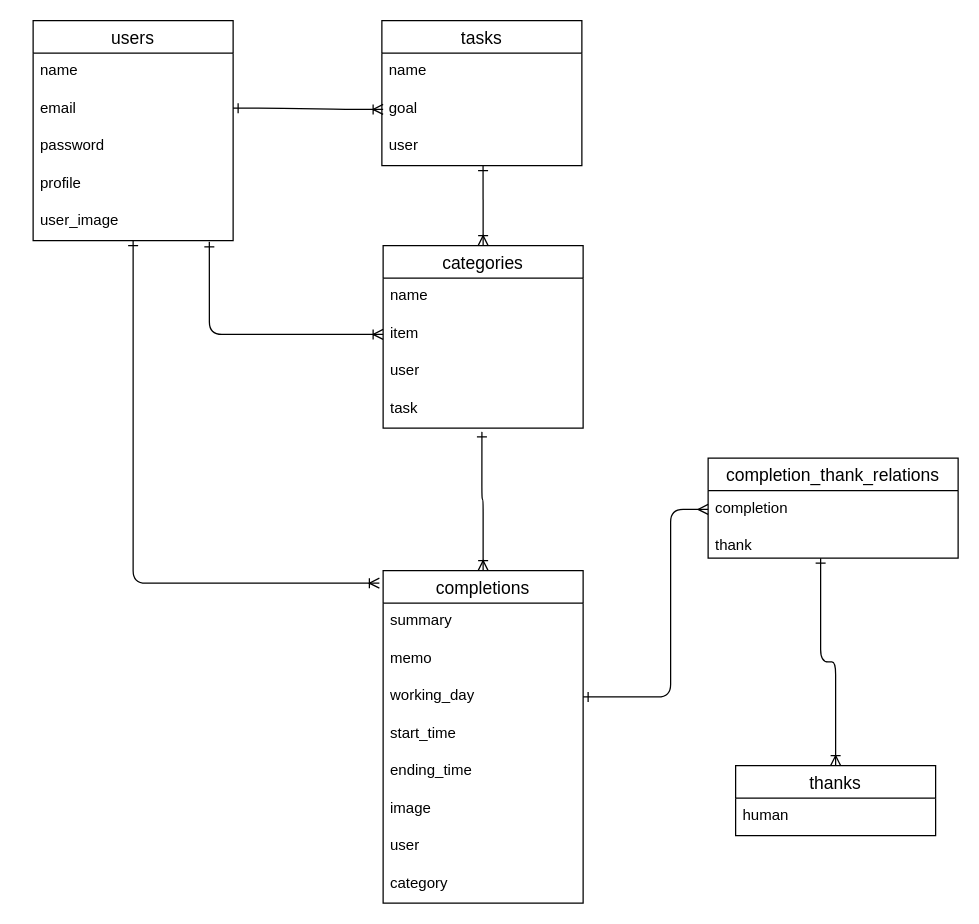
This is ER.dio from st-maru/did_it, a draw.io file, before an edit. Source tidied: cells renumbered, new cells numbered last; positions are measured from the earlier drawing's top-left corner, leaving out a move shared by most shapes. Both pictures are drawn from the tidied source at 125%, with x=0, y=0 at pixel (32, 20).
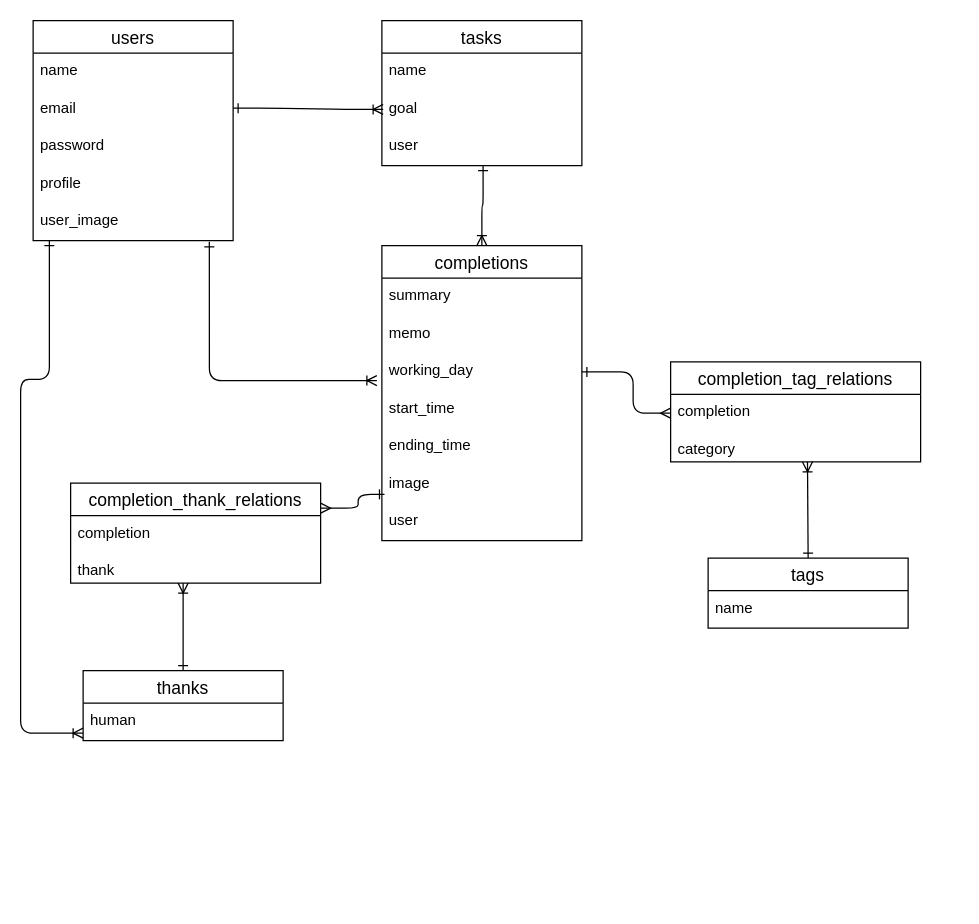
The same diagram, later.

Unchanged cells that the change refers to:
```xml
<mxCell id="7" value="user_image" style="text;strokeColor=none;fillColor=none;spacingLeft=4;spacingRight=4;overflow=hidden;points=[[0,0.5],[1,0.5]];portConstraint=eastwest;fontSize=12;" parent="2" vertex="1">
  <mxGeometry y="146" width="160" height="30" as="geometry" />
</mxCell>
<mxCell id="11" value="user" style="text;strokeColor=none;fillColor=none;spacingLeft=4;spacingRight=4;overflow=hidden;points=[[0,0.5],[1,0.5]];portConstraint=eastwest;fontSize=12;" parent="8" vertex="1">
  <mxGeometry y="86" width="160" height="30" as="geometry" />
</mxCell>
<mxCell id="13" value="human" style="text;strokeColor=none;fillColor=none;spacingLeft=4;spacingRight=4;overflow=hidden;points=[[0,0.5],[1,0.5]];portConstraint=eastwest;fontSize=12;" parent="12" vertex="1">
  <mxGeometry y="26" width="160" height="30" as="geometry" />
</mxCell>
<mxCell id="15" value="completion" style="text;strokeColor=none;fillColor=none;spacingLeft=4;spacingRight=4;overflow=hidden;points=[[0,0.5],[1,0.5]];portConstraint=eastwest;fontSize=12;" parent="14" vertex="1">
  <mxGeometry y="26" width="200" height="30" as="geometry" />
</mxCell>
<mxCell id="16" value="thank" style="text;strokeColor=none;fillColor=none;spacingLeft=4;spacingRight=4;overflow=hidden;points=[[0,0.5],[1,0.5]];portConstraint=eastwest;fontSize=12;" parent="14" vertex="1">
  <mxGeometry y="56" width="200" height="24" as="geometry" />
</mxCell>
<mxCell id="20" value="working_day" style="text;strokeColor=none;fillColor=none;spacingLeft=4;spacingRight=4;overflow=hidden;points=[[0,0.5],[1,0.5]];portConstraint=eastwest;fontSize=12;" parent="17" vertex="1">
  <mxGeometry y="86" width="160" height="30" as="geometry" />
</mxCell>
<mxCell id="23" value="image" style="text;strokeColor=none;fillColor=none;spacingLeft=4;spacingRight=4;overflow=hidden;points=[[0,0.5],[1,0.5]];portConstraint=eastwest;fontSize=12;" parent="17" vertex="1">
  <mxGeometry y="176" width="160" height="30" as="geometry" />
</mxCell>
```

What changed in the source:
```diff
@@
     <mxCell id="12" value="thanks" style="swimlane;fontStyle=0;horizontal=1;startSize=26;align=center;fontSize=14;" parent="1" vertex="1">
-      <mxGeometry x="562" y="596" width="160" height="56" as="geometry" />
+      <mxGeometry x="40" y="520" width="160" height="56" as="geometry" />
     </mxCell>
@@
     <mxCell id="14" value="completion_thank_relations" style="swimlane;fontStyle=0;horizontal=1;startSize=26;align=center;fontSize=14;" parent="1" vertex="1">
-      <mxGeometry x="540" y="350" width="200" height="80" as="geometry" />
+      <mxGeometry x="30" y="370" width="200" height="80" as="geometry" />
     </mxCell>
@@
     <mxCell id="17" value="completions" style="swimlane;fontStyle=0;horizontal=1;startSize=26;align=center;fontSize=14;" parent="1" vertex="1">
-      <mxGeometry x="280" y="440" width="160" height="266" as="geometry" />
+      <mxGeometry x="279" y="180" width="160" height="236" as="geometry" />
     </mxCell>
@@
-    <mxCell id="25" value="category" style="text;strokeColor=none;fillColor=none;spacingLeft=4;spacingRight=4;overflow=hidden;fontSize=12;" parent="17" vertex="1">
-      <mxGeometry y="236" width="160" height="30" as="geometry" />
-    </mxCell>
@@
-    <mxCell id="27" style="edgeStyle=elbowEdgeStyle;fontSize=12;html=1;endArrow=ERmany;startArrow=ERone;startFill=0;entryX=0;entryY=0.5;entryDx=0;entryDy=0;exitX=1;exitY=0.5;exitDx=0;exitDy=0;" parent="1" edge="1" target="15">
+    <mxCell id="27" style="edgeStyle=elbowEdgeStyle;fontSize=12;html=1;endArrow=ERmany;startArrow=ERone;startFill=0;entryX=1;entryY=0.25;entryDx=0;entryDy=0;exitX=0.013;exitY=0.767;exitDx=0;exitDy=0;exitPerimeter=0;" parent="1" edge="1" source="23" target="14">
       <mxGeometry relative="1" as="geometry">
-        <mxPoint x="440" y="541" as="sourcePoint" />
         <Array as="points">
-          <mxPoint x="510" y="430" />
+          <mxPoint x="260" y="371" />
         </Array>
       </mxGeometry>
     </mxCell>
-    <mxCell id="28" style="edgeStyle=orthogonalEdgeStyle;fontSize=12;html=1;endArrow=ERoneToMany;startArrow=ERone;startFill=0;exitX=0.506;exitY=1;exitDx=0;exitDy=0;exitPerimeter=0;entryX=0.5;entryY=0;entryDx=0;entryDy=0;" parent="1" edge="1" source="11" target="31">
+    <mxCell id="28" style="edgeStyle=orthogonalEdgeStyle;fontSize=12;html=1;endArrow=ERoneToMany;startArrow=ERone;startFill=0;exitX=0.506;exitY=1;exitDx=0;exitDy=0;exitPerimeter=0;entryX=0.5;entryY=0;entryDx=0;entryDy=0;" parent="1" edge="1" source="11" target="17">
       <mxGeometry relative="1" as="geometry" />
     </mxCell>
-    <mxCell id="29" style="edgeStyle=orthogonalEdgeStyle;fontSize=12;html=1;endArrow=ERoneToMany;entryX=0.5;entryY=0;entryDx=0;entryDy=0;exitX=0.45;exitY=1;exitDx=0;exitDy=0;exitPerimeter=0;startArrow=ERone;startFill=0;" parent="1" edge="1" source="16" target="12">
+    <mxCell id="29" style="edgeStyle=orthogonalEdgeStyle;fontSize=12;html=1;endArrow=ERone;entryX=0.5;entryY=0;entryDx=0;entryDy=0;exitX=0.45;exitY=1;exitDx=0;exitDy=0;exitPerimeter=0;startArrow=ERoneToMany;startFill=0;endFill=0;" parent="1" edge="1" source="16" target="12">
       <mxGeometry relative="1" as="geometry" />
     </mxCell>
-    <mxCell id="30" style="edgeStyle=orthogonalEdgeStyle;fontSize=12;html=1;endArrow=ERoneToMany;startArrow=ERone;startFill=0;exitX=0.881;exitY=1.033;exitDx=0;exitDy=0;exitPerimeter=0;" parent="1" edge="1" source="7" target="33">
+    <mxCell id="30" style="edgeStyle=orthogonalEdgeStyle;fontSize=12;html=1;endArrow=ERoneToMany;startArrow=ERone;startFill=0;exitX=0.881;exitY=1.033;exitDx=0;exitDy=0;exitPerimeter=0;entryX=-0.025;entryY=0.733;entryDx=0;entryDy=0;entryPerimeter=0;" parent="1" edge="1" source="7" target="20">
       <mxGeometry relative="1" as="geometry">
         <Array as="points">
-          <mxPoint x="141" y="251" />
+          <mxPoint x="141" y="288" />
         </Array>
       </mxGeometry>
     </mxCell>
-    <mxCell id="31" value="categories" style="swimlane;fontStyle=0;horizontal=1;startSize=26;align=center;fontSize=14;" parent="1" vertex="1">
-      <mxGeometry x="280" y="180" width="160" height="146" as="geometry" />
+    <mxCell id="31" value="tags" style="swimlane;fontStyle=0;horizontal=1;startSize=26;align=center;fontSize=14;" parent="1" vertex="1">
+      <mxGeometry x="540" y="430" width="160" height="56" as="geometry" />
     </mxCell>
@@
-    <mxCell id="33" value="item" style="text;strokeColor=none;fillColor=none;spacingLeft=4;spacingRight=4;overflow=hidden;points=[[0,0.5],[1,0.5]];portConstraint=eastwest;fontSize=12;" parent="31" vertex="1">
-      <mxGeometry y="56" width="160" height="30" as="geometry" />
-    </mxCell>
-    <mxCell id="34" value="user" style="text;strokeColor=none;fillColor=none;spacingLeft=4;spacingRight=4;overflow=hidden;fontSize=12;" parent="31" vertex="1">
-      <mxGeometry y="86" width="160" height="30" as="geometry" />
-    </mxCell>
-    <mxCell id="35" value="task" style="text;strokeColor=none;fillColor=none;spacingLeft=4;spacingRight=4;overflow=hidden;points=[[0,0.5],[1,0.5]];portConstraint=eastwest;fontSize=12;" parent="31" vertex="1">
-      <mxGeometry y="116" width="160" height="30" as="geometry" />
-    </mxCell>
-    <mxCell id="36" style="edgeStyle=orthogonalEdgeStyle;fontSize=12;html=1;endArrow=ERoneToMany;startArrow=ERone;startFill=0;entryX=0.5;entryY=0;entryDx=0;entryDy=0;exitX=0.494;exitY=1.1;exitDx=0;exitDy=0;exitPerimeter=0;" parent="1" edge="1" source="35" target="17">
-      <mxGeometry relative="1" as="geometry">
-        <Array as="points">
-          <mxPoint x="360" y="383" />
-        </Array>
-      </mxGeometry>
-    </mxCell>
-    <mxCell id="37" style="edgeStyle=orthogonalEdgeStyle;fontSize=12;html=1;endArrow=ERoneToMany;startArrow=ERone;startFill=0;exitX=0.881;exitY=1.033;exitDx=0;exitDy=0;exitPerimeter=0;" parent="1" edge="1">
-      <mxGeometry relative="1" as="geometry">
-        <mxPoint x="80" y="176" as="sourcePoint" />
-        <mxPoint x="277" y="450" as="targetPoint" />
-        <Array as="points">
-          <mxPoint x="80" y="450" />
-        </Array>
-      </mxGeometry>
-    </mxCell>
+    <mxCell id="38" value="completion_tag_relations" style="swimlane;fontStyle=0;horizontal=1;startSize=26;align=center;fontSize=14;" parent="1" vertex="1">
+      <mxGeometry x="510" y="273" width="200" height="80" as="geometry" />
+    </mxCell>
+    <mxCell id="39" value="completion" style="text;strokeColor=none;fillColor=none;spacingLeft=4;spacingRight=4;overflow=hidden;points=[[0,0.5],[1,0.5]];portConstraint=eastwest;fontSize=12;" parent="38" vertex="1">
+      <mxGeometry y="26" width="200" height="30" as="geometry" />
+    </mxCell>
+    <mxCell id="25" value="category" style="text;strokeColor=none;fillColor=none;spacingLeft=4;spacingRight=4;overflow=hidden;fontSize=12;" parent="38" vertex="1">
+      <mxGeometry y="56" width="200" height="24" as="geometry" />
+    </mxCell>
+    <mxCell id="40" style="edgeStyle=elbowEdgeStyle;fontSize=12;html=1;endArrow=ERmany;startArrow=ERone;startFill=0;entryX=0;entryY=0.5;entryDx=0;entryDy=0;exitX=1;exitY=0.5;exitDx=0;exitDy=0;" parent="1" edge="1" source="20" target="39">
+      <mxGeometry relative="1" as="geometry">
+        <Array as="points">
+          <mxPoint x="480" y="281" />
+        </Array>
+      </mxGeometry>
+    </mxCell>
+    <mxCell id="41" style="edgeStyle=orthogonalEdgeStyle;fontSize=12;html=1;endArrow=ERone;entryX=0.5;entryY=0;entryDx=0;entryDy=0;exitX=0.45;exitY=1;exitDx=0;exitDy=0;exitPerimeter=0;startArrow=ERoneToMany;startFill=0;endFill=0;" parent="1" edge="1" target="31">
+      <mxGeometry relative="1" as="geometry">
+        <mxPoint x="619.5" y="353" as="sourcePoint" />
+      </mxGeometry>
+    </mxCell>
+    <mxCell id="42" style="edgeStyle=orthogonalEdgeStyle;fontSize=12;html=1;endArrow=ERoneToMany;startArrow=ERone;startFill=0;exitX=0.881;exitY=1.033;exitDx=0;exitDy=0;exitPerimeter=0;" parent="1" edge="1" target="13">
+      <mxGeometry relative="1" as="geometry">
+        <mxPoint x="13" y="176" as="sourcePoint" />
+        <Array as="points">
+          <mxPoint x="13" y="287" />
+          <mxPoint x="-10" y="287" />
+          <mxPoint x="-10" y="570" />
+        </Array>
+      </mxGeometry>
+    </mxCell>
```
